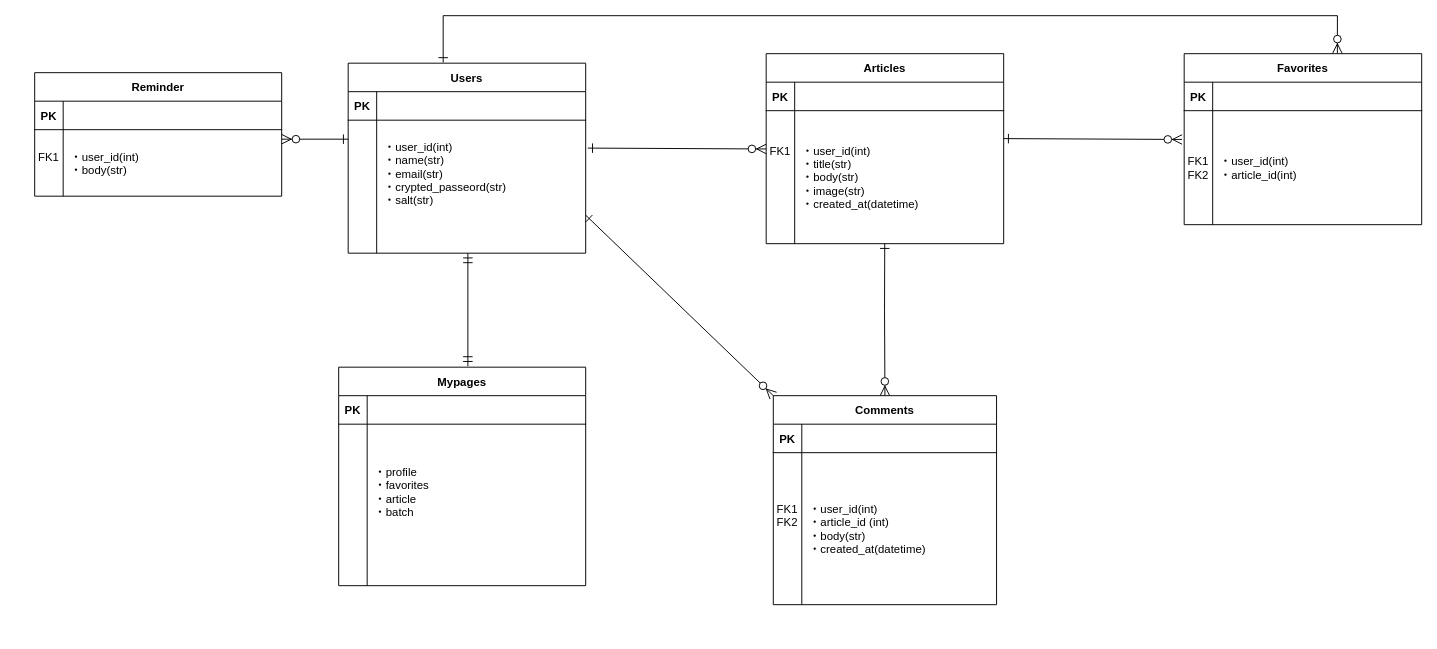
The draw.io diagram 名称未設定ファイル.drawio in s17w09/Entity-Relationship-Diagram, before the edit. Source tidied: cells renumbered, new cells numbered last; positions are measured from the earlier drawing's top-left corner, leaving out a move shared by most shapes. Both pictures are drawn from the tidied source at 95%, with x=0, y=0 at pixel (34, 15).
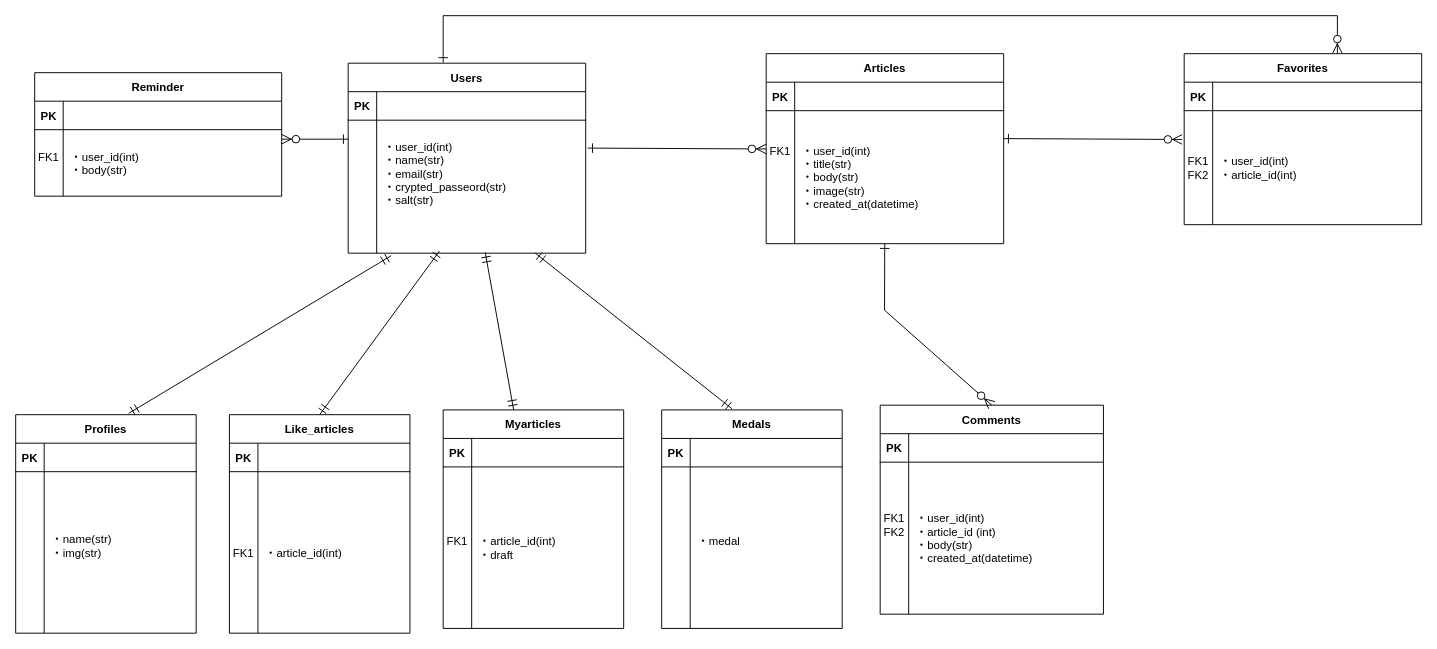
The same diagram, later.

The change refers to these unchanged cells:
```xml
<mxCell id="13" style="shape=partialRectangle;fillColor=none;points=[[0,0.5],[1,0.5]];portConstraint=eastwest;top=0;left=0;right=0;bottom=0;" parent="9" vertex="1">
  <mxGeometry y="60" width="250" height="140" as="geometry" />
</mxCell>
```

The edit, as a diff of the source:
```diff
@@
     <mxCell id="30" value="Comments" style="shape=table;startSize=30;childLayout=tableLayout;rowLines=0;fontStyle=1;align=center;" parent="1" vertex="1">
-      <mxGeometry x="777.5" y="400" width="235" height="220" as="geometry" />
+      <mxGeometry x="890" y="410" width="235" height="220" as="geometry" />
     </mxCell>
@@
-    <mxCell id="37" value="Mypages" style="shape=table;startSize=30;childLayout=tableLayout;rowLines=0;fontStyle=1;align=center;" parent="1" vertex="1">
-      <mxGeometry x="320" y="370" width="260" height="230" as="geometry" />
+    <mxCell id="37" value="Profiles" style="shape=table;startSize=30;childLayout=tableLayout;rowLines=0;fontStyle=1;align=center;" parent="1" vertex="1">
+      <mxGeometry x="-20" y="420" width="190" height="230" as="geometry" />
     </mxCell>
     <mxCell id="38" style="shape=partialRectangle;fillColor=none;top=0;left=0;right=0;bottom=1;" parent="37" vertex="1">
-      <mxGeometry y="30" width="260" height="30" as="geometry" />
+      <mxGeometry y="30" width="190" height="30" as="geometry" />
     </mxCell>
@@
     <mxCell id="40" style="shape=partialRectangle;overflow=hidden;fillColor=none;top=0;left=0;bottom=0;right=0;align=left;spacingLeft=6;fontStyle=5;" parent="38" vertex="1">
-      <mxGeometry x="30" width="230" height="30" as="geometry" />
+      <mxGeometry x="30" width="160" height="30" as="geometry" />
     </mxCell>
     <mxCell id="41" style="shape=partialRectangle;fillColor=none;top=0;left=0;right=0;bottom=0;" parent="37" vertex="1">
-      <mxGeometry y="60" width="260" height="170" as="geometry" />
+      <mxGeometry y="60" width="190" height="170" as="geometry" />
     </mxCell>
@@
-    <mxCell id="43" value="・profile&#10;・favorites&#10;・article&#10;・batch&#10;&#10;" style="shape=partialRectangle;overflow=hidden;fillColor=none;top=0;left=0;bottom=0;right=0;align=left;spacingLeft=6;" parent="41" vertex="1">
-      <mxGeometry x="30" width="230" height="170" as="geometry" />
+    <mxCell id="43" value="・name(str)&#10;・img(str)&#10;" style="shape=partialRectangle;overflow=hidden;fillColor=none;top=0;left=0;bottom=0;right=0;align=left;spacingLeft=6;" parent="41" vertex="1">
+      <mxGeometry x="30" width="160" height="170" as="geometry" />
     </mxCell>
@@
-    <mxCell id="47" style="fontSize=12;html=1;endArrow=ERzeroToMany;startArrow=ERone;rounded=0;startSize=8;endSize=8;elbow=vertical;startFill=0;entryX=0;entryY=0;entryDx=0;entryDy=0;exitX=1;exitY=0.5;exitDx=0;exitDy=0;" parent="1" edge="1" target="30">
-      <mxGeometry relative="1" as="geometry">
-        <mxPoint x="580" y="210" as="sourcePoint" />
-      </mxGeometry>
-    </mxCell>
@@
-    <mxCell id="50" style="fontSize=12;html=1;endArrow=ERmandOne;startArrow=ERmandOne;rounded=0;startSize=8;endSize=8;entryX=0.504;entryY=1;entryDx=0;entryDy=0;entryPerimeter=0;" parent="1" edge="1" target="13">
-      <mxGeometry relative="1" as="geometry">
-        <mxPoint x="456" y="369" as="sourcePoint" />
-      </mxGeometry>
+    <mxCell id="50" style="fontSize=12;html=1;endArrow=ERmandOne;startArrow=ERmandOne;rounded=0;startSize=8;endSize=8;entryX=0.181;entryY=1.019;entryDx=0;entryDy=0;entryPerimeter=0;exitX=0.626;exitY=-0.006;exitDx=0;exitDy=0;exitPerimeter=0;" parent="1" edge="1" source="37" target="13">
+      <mxGeometry relative="1" as="geometry" />
     </mxCell>
+    <mxCell id="51" value="Like_articles" style="shape=table;startSize=30;childLayout=tableLayout;rowLines=0;fontStyle=1;align=center;" parent="1" vertex="1">
+      <mxGeometry x="205" y="420" width="190" height="230" as="geometry" />
+    </mxCell>
+    <mxCell id="52" style="shape=partialRectangle;fillColor=none;top=0;left=0;right=0;bottom=1;" parent="51" vertex="1">
+      <mxGeometry y="30" width="190" height="30" as="geometry" />
+    </mxCell>
+    <mxCell id="53" value="PK" style="shape=partialRectangle;overflow=hidden;fillColor=none;top=0;left=0;bottom=0;right=0;fontStyle=1;" parent="52" vertex="1">
+      <mxGeometry width="30" height="30" as="geometry" />
+    </mxCell>
+    <mxCell id="54" style="shape=partialRectangle;overflow=hidden;fillColor=none;top=0;left=0;bottom=0;right=0;align=left;spacingLeft=6;fontStyle=5;" parent="52" vertex="1">
+      <mxGeometry x="30" width="160" height="30" as="geometry" />
+    </mxCell>
+    <mxCell id="55" style="shape=partialRectangle;fillColor=none;top=0;left=0;right=0;bottom=0;" parent="51" vertex="1">
+      <mxGeometry y="60" width="190" height="170" as="geometry" />
+    </mxCell>
+    <mxCell id="56" value="FK1" style="shape=partialRectangle;overflow=hidden;fillColor=none;top=0;left=0;bottom=0;right=0;" parent="55" vertex="1">
+      <mxGeometry width="30" height="170" as="geometry" />
+    </mxCell>
+    <mxCell id="57" value="・article_id(int)" style="shape=partialRectangle;overflow=hidden;fillColor=none;top=0;left=0;bottom=0;right=0;align=left;spacingLeft=6;" parent="55" vertex="1">
+      <mxGeometry x="30" width="160" height="170" as="geometry" />
+    </mxCell>
+    <mxCell id="58" value="Myarticles" style="shape=table;startSize=30;childLayout=tableLayout;rowLines=0;fontStyle=1;align=center;" parent="1" vertex="1">
+      <mxGeometry x="430" y="415" width="190" height="230" as="geometry" />
+    </mxCell>
+    <mxCell id="59" style="shape=partialRectangle;fillColor=none;top=0;left=0;right=0;bottom=1;" parent="58" vertex="1">
+      <mxGeometry y="30" width="190" height="30" as="geometry" />
+    </mxCell>
+    <mxCell id="60" value="PK" style="shape=partialRectangle;overflow=hidden;fillColor=none;top=0;left=0;bottom=0;right=0;fontStyle=1;" parent="59" vertex="1">
+      <mxGeometry width="30" height="30" as="geometry" />
+    </mxCell>
+    <mxCell id="61" style="shape=partialRectangle;overflow=hidden;fillColor=none;top=0;left=0;bottom=0;right=0;align=left;spacingLeft=6;fontStyle=5;" parent="59" vertex="1">
+      <mxGeometry x="30" width="160" height="30" as="geometry" />
+    </mxCell>
+    <mxCell id="62" style="shape=partialRectangle;fillColor=none;top=0;left=0;right=0;bottom=0;" parent="58" vertex="1">
+      <mxGeometry y="60" width="190" height="170" as="geometry" />
+    </mxCell>
+    <mxCell id="63" value="FK1&#10;" style="shape=partialRectangle;overflow=hidden;fillColor=none;top=0;left=0;bottom=0;right=0;" parent="62" vertex="1">
+      <mxGeometry width="30" height="170" as="geometry" />
+    </mxCell>
+    <mxCell id="64" value="・article_id(int)&#10;・draft" style="shape=partialRectangle;overflow=hidden;fillColor=none;top=0;left=0;bottom=0;right=0;align=left;spacingLeft=6;" parent="62" vertex="1">
+      <mxGeometry x="30" width="160" height="170" as="geometry" />
+    </mxCell>
+    <mxCell id="65" value="Medals" style="shape=table;startSize=30;childLayout=tableLayout;rowLines=0;fontStyle=1;align=center;" parent="1" vertex="1">
+      <mxGeometry x="660" y="415" width="190" height="230" as="geometry" />
+    </mxCell>
+    <mxCell id="66" style="shape=partialRectangle;fillColor=none;top=0;left=0;right=0;bottom=1;" parent="65" vertex="1">
+      <mxGeometry y="30" width="190" height="30" as="geometry" />
+    </mxCell>
+    <mxCell id="67" value="PK" style="shape=partialRectangle;overflow=hidden;fillColor=none;top=0;left=0;bottom=0;right=0;fontStyle=1;" parent="66" vertex="1">
+      <mxGeometry width="30" height="30" as="geometry" />
+    </mxCell>
+    <mxCell id="68" style="shape=partialRectangle;overflow=hidden;fillColor=none;top=0;left=0;bottom=0;right=0;align=left;spacingLeft=6;fontStyle=5;" parent="66" vertex="1">
+      <mxGeometry x="30" width="160" height="30" as="geometry" />
+    </mxCell>
+    <mxCell id="69" style="shape=partialRectangle;fillColor=none;top=0;left=0;right=0;bottom=0;" parent="65" vertex="1">
+      <mxGeometry y="60" width="190" height="170" as="geometry" />
+    </mxCell>
+    <mxCell id="70" style="shape=partialRectangle;overflow=hidden;fillColor=none;top=0;left=0;bottom=0;right=0;" parent="69" vertex="1">
+      <mxGeometry width="30" height="170" as="geometry" />
+    </mxCell>
+    <mxCell id="71" value="・medal&#10;" style="shape=partialRectangle;overflow=hidden;fillColor=none;top=0;left=0;bottom=0;right=0;align=left;spacingLeft=6;" parent="69" vertex="1">
+      <mxGeometry x="30" width="160" height="170" as="geometry" />
+    </mxCell>
+    <mxCell id="72" style="fontSize=12;html=1;endArrow=ERmandOne;startArrow=ERmandOne;rounded=0;startSize=8;endSize=8;entryX=0.384;entryY=0.985;entryDx=0;entryDy=0;entryPerimeter=0;exitX=0.5;exitY=0;exitDx=0;exitDy=0;" parent="1" edge="1" source="51" target="13">
+      <mxGeometry relative="1" as="geometry" />
+    </mxCell>
+    <mxCell id="73" style="fontSize=12;html=1;endArrow=ERmandOne;startArrow=ERmandOne;rounded=0;startSize=8;endSize=8;entryX=0.577;entryY=0.994;entryDx=0;entryDy=0;entryPerimeter=0;" parent="1" edge="1" source="58" target="13">
+      <mxGeometry relative="1" as="geometry" />
+    </mxCell>
+    <mxCell id="74" style="fontSize=12;html=1;endArrow=ERmandOne;startArrow=ERmandOne;rounded=0;startSize=8;endSize=8;entryX=0.504;entryY=1;entryDx=0;entryDy=0;entryPerimeter=0;exitX=0.39;exitY=-0.005;exitDx=0;exitDy=0;exitPerimeter=0;" parent="1" edge="1" source="65">
+      <mxGeometry relative="1" as="geometry">
+        <mxPoint x="527" y="250" as="targetPoint" />
+      </mxGeometry>
+    </mxCell>
```
